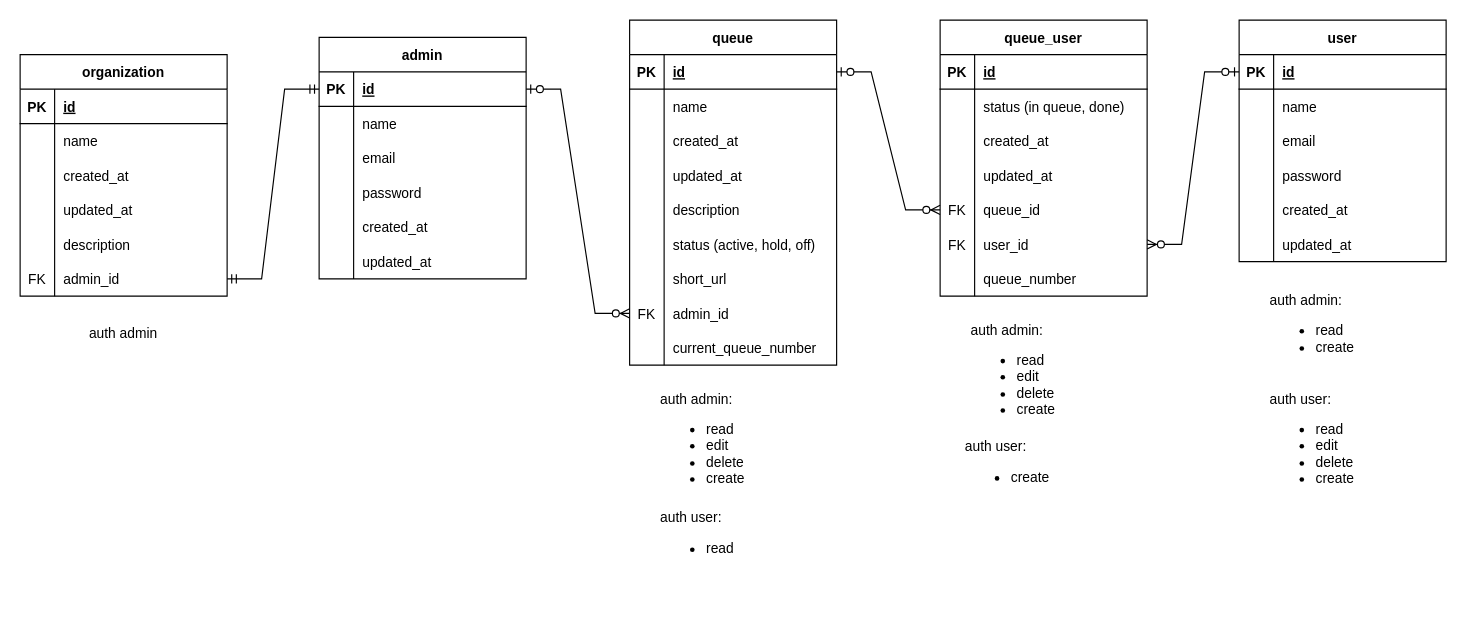
This is page "Page-2" (2 of 2) of antriin-erd.drawio from firdausraginda/antriin.id, a draw.io file, before an edit. Source tidied: cells renumbered, new cells numbered last; positions are measured from the earlier drawing's top-left corner, leaving out a move shared by most shapes. Both pictures are drawn from the tidied source at 115%, with x=0, y=0 at pixel (20, 20).
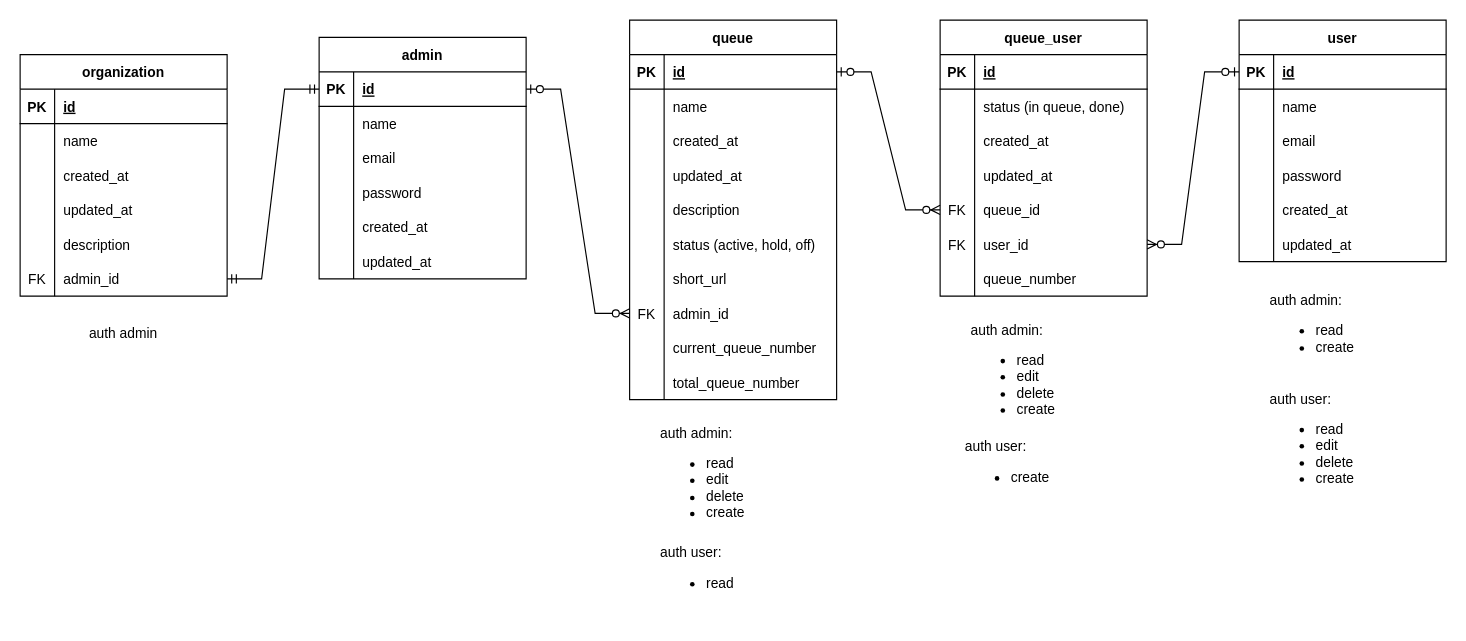
After the change.

Commit message (it also covers changes not shown here):
* create column total_queue_number to model Queue * create column queue_number to model QueueUser * increment queue_number and total_queue_number everytime new user enroll a queue

Change to the diagram source:
```diff
@@
     <mxCell id="2" value="queue" style="shape=table;startSize=30;childLayout=tableLayout;rowLines=0;fontStyle=1;align=center;" parent="1" vertex="1">
-      <mxGeometry x="530" width="180" height="300" as="geometry" />
+      <mxGeometry x="530" width="180" height="330" as="geometry" />
     </mxCell>
@@
+    <mxCell id="120" style="shape=tableRow;horizontal=0;startSize=0;swimlaneHead=0;swimlaneBody=0;fillColor=none;top=0;left=0;right=0;bottom=0;" parent="2" vertex="1">
+      <mxGeometry y="300" width="180" height="30" as="geometry" />
+    </mxCell>
+    <mxCell id="121" style="shape=partialRectangle;fillColor=none;top=0;left=0;bottom=0;right=0;overflow=hidden;" parent="120" vertex="1">
+      <mxGeometry width="30" height="30" as="geometry" />
+    </mxCell>
+    <mxCell id="122" value="total_queue_number" style="shape=partialRectangle;fillColor=none;top=0;left=0;bottom=0;right=0;align=left;spacingLeft=6;overflow=hidden;" parent="120" vertex="1">
+      <mxGeometry x="30" width="150" height="30" as="geometry" />
+    </mxCell>
@@
     <mxCell id="114" value="&lt;div&gt;auth admin:&lt;/div&gt;&lt;div&gt;&lt;ul&gt;&lt;li&gt;read&lt;/li&gt;&lt;li&gt;edit&lt;/li&gt;&lt;li&gt;delete&lt;/li&gt;&lt;li&gt;create&lt;/li&gt;&lt;/ul&gt;&lt;/div&gt;" style="text;html=1;align=left;verticalAlign=middle;whiteSpace=wrap;rounded=0;" parent="1" vertex="1">
-      <mxGeometry x="555" y="330" width="130" height="80" as="geometry" />
+      <mxGeometry x="555" y="360" width="130" height="80" as="geometry" />
     </mxCell>
@@
     <mxCell id="116" value="&lt;div&gt;auth user:&lt;/div&gt;&lt;div&gt;&lt;ul&gt;&lt;li&gt;read&lt;/li&gt;&lt;/ul&gt;&lt;/div&gt;" style="text;html=1;align=left;verticalAlign=middle;whiteSpace=wrap;rounded=0;" parent="1" vertex="1">
-      <mxGeometry x="555" y="412" width="130" height="80" as="geometry" />
+      <mxGeometry x="555" y="442" width="130" height="80" as="geometry" />
     </mxCell>
```
